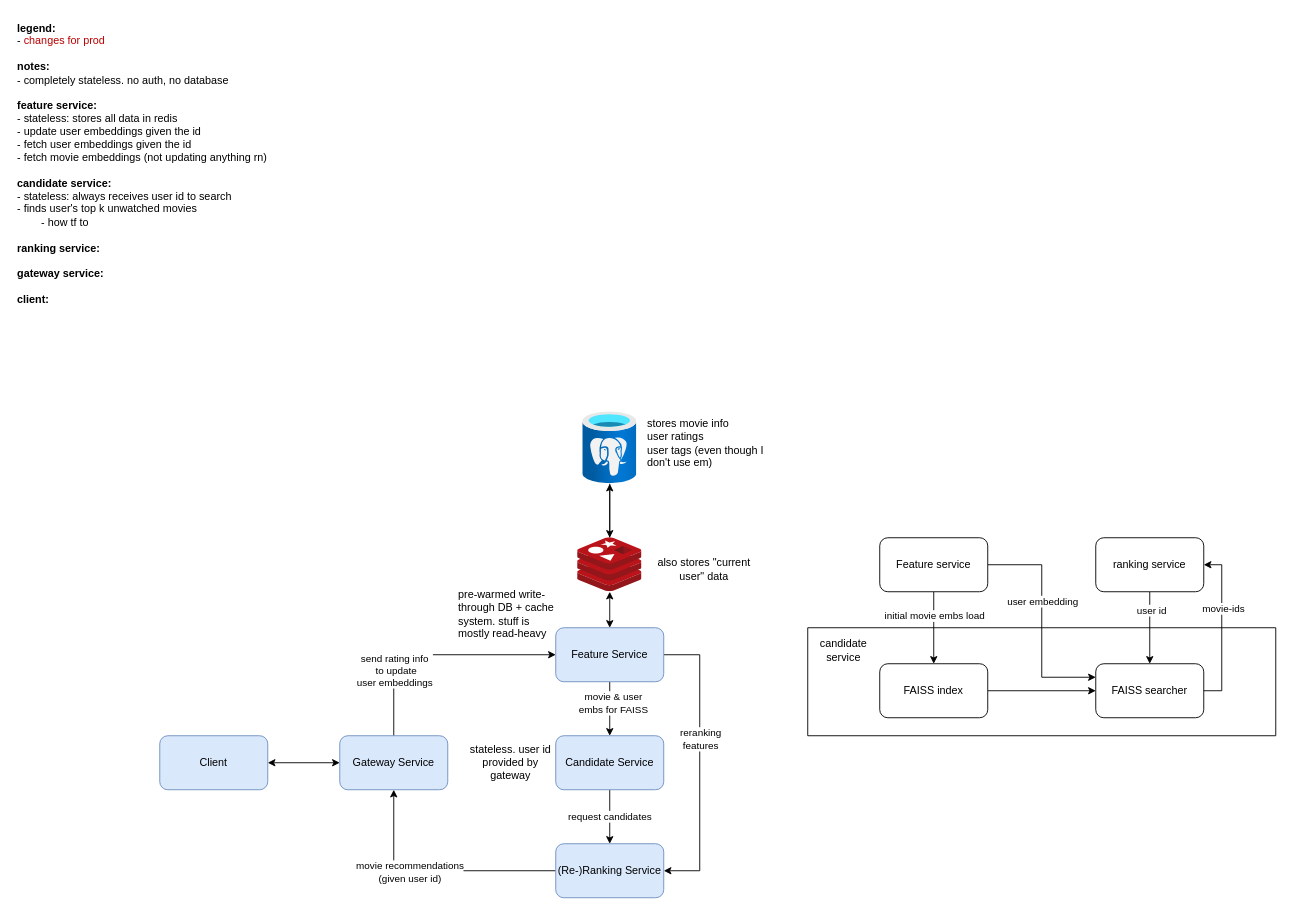
Earlier version of the draw.io diagram docs/mvp-microservices.drawio (AshkanArabim/movie-recommender). Source tidied: cells renumbered, new cells numbered last; positions are measured from the earlier drawing's top-left corner, leaving out a move shared by most shapes. Both pictures are drawn from the tidied source at 90%, with x=0, y=0 at pixel (15, 15).
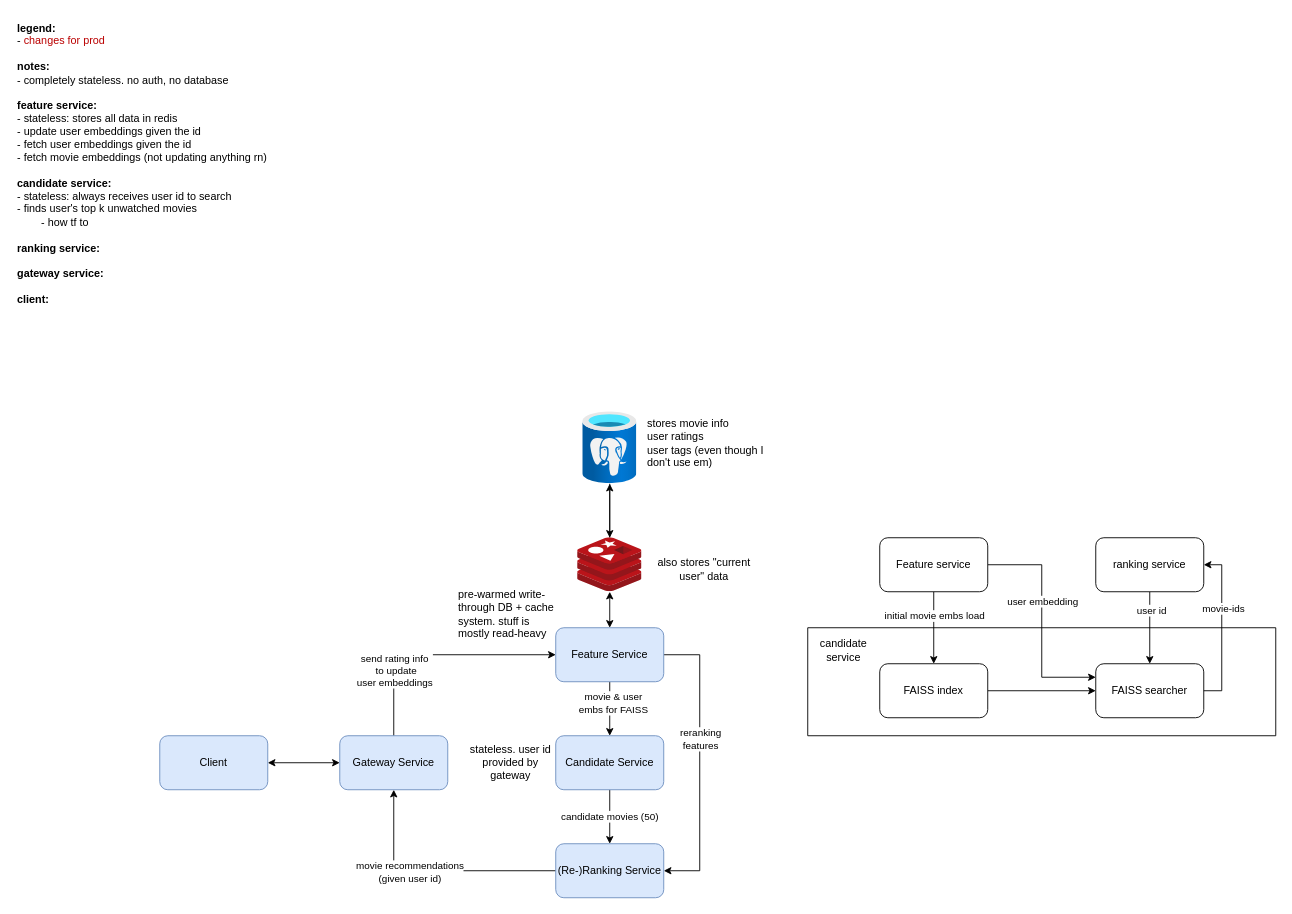
After the change.

The change refers to these unchanged cells:
```xml
<mxCell id="9" value="Candidate Service" style="rounded=1;whiteSpace=wrap;html=1;fillColor=#dae8fc;strokeColor=#6c8ebf;" parent="1" vertex="1">
  <mxGeometry x="600" y="800" width="120" height="60" as="geometry" />
</mxCell>
<mxCell id="12" value="(Re-)Ranking Service" style="rounded=1;whiteSpace=wrap;html=1;fillColor=#dae8fc;strokeColor=#6c8ebf;" parent="1" vertex="1">
  <mxGeometry x="600" y="920" width="120" height="60" as="geometry" />
</mxCell>
```

Diff of the diagram source:
```diff
@@
-    <mxCell id="8" value="request candidates" style="edgeStyle=orthogonalEdgeStyle;rounded=0;jettySize=auto;html=1;" parent="1" edge="1" source="9" target="12">
+    <mxCell id="8" value="candidate movies (50)" style="edgeStyle=orthogonalEdgeStyle;rounded=0;jettySize=auto;html=1;" parent="1" edge="1" source="9" target="12">
       <mxGeometry relative="1" as="geometry" />
     </mxCell>
```
